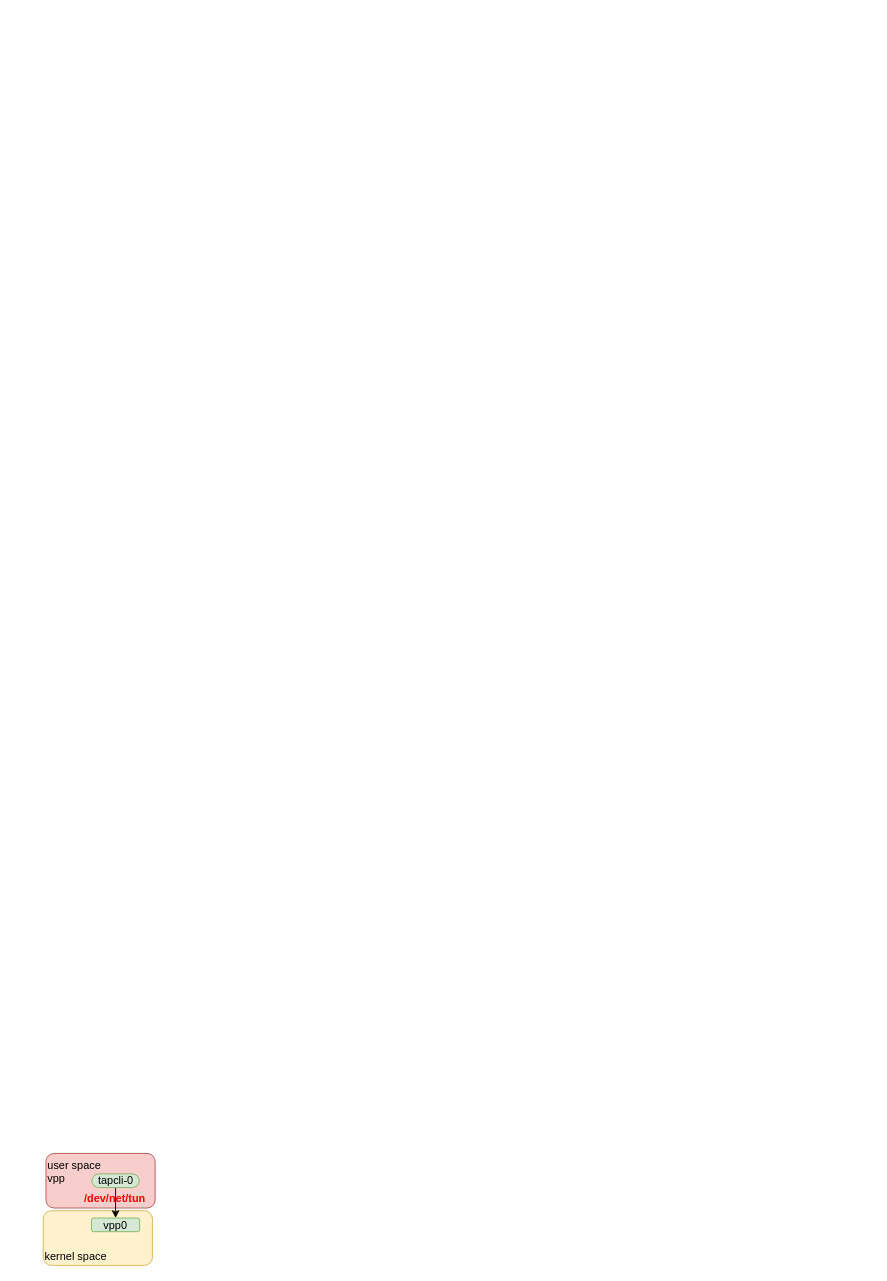
Before: new_map/vpp tap.drawio in jin13417/dpdk-vpp-learning, a draw.io diagram. Source tidied: cells renumbered, new cells numbered last; positions are measured from the earlier drawing's top-left corner, leaving out a move shared by most shapes. Both pictures are drawn from the tidied source at 91%, with x=0, y=0 at pixel (43, 1153).
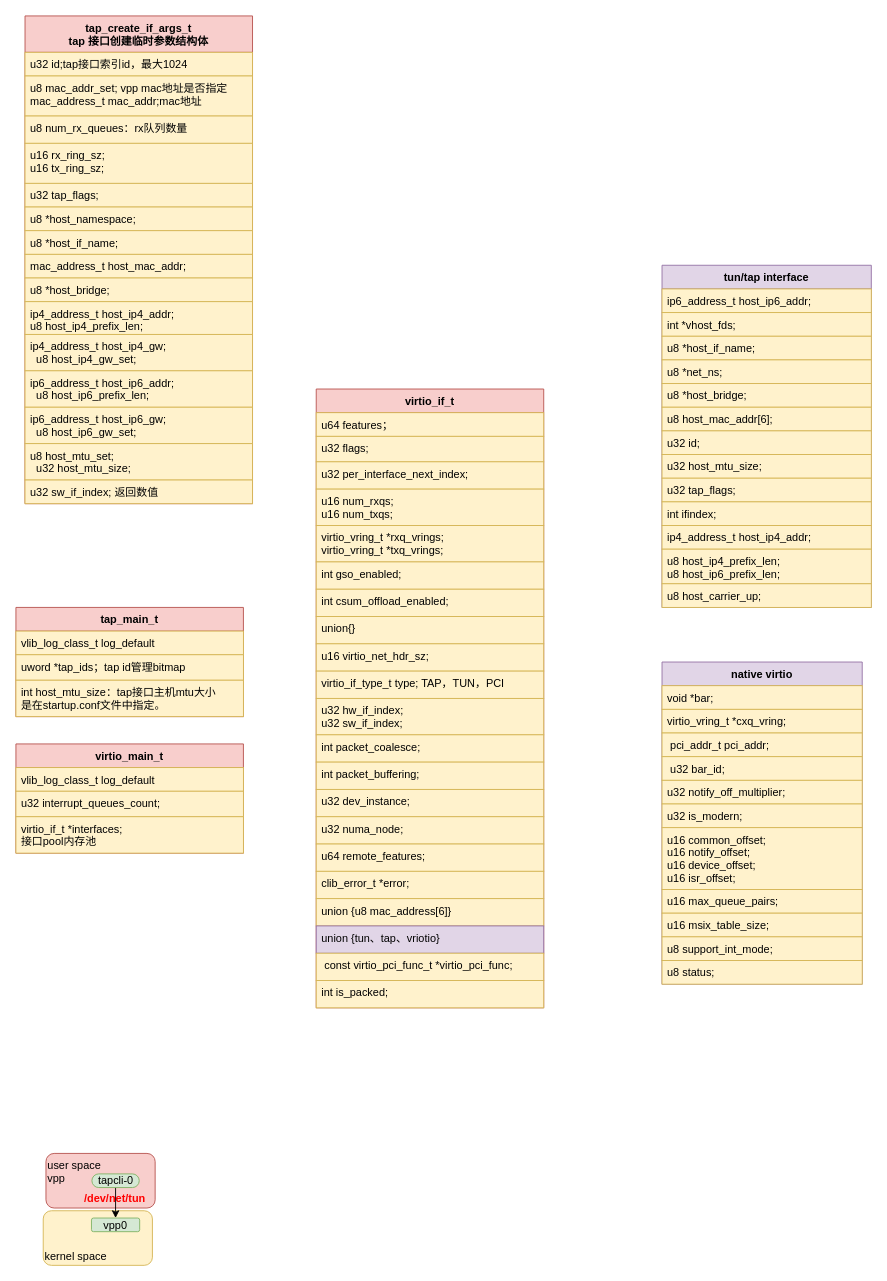
The same diagram, later.

What changed in the source:
```diff
@@
+    <mxCell id="8" value="tap_create_if_args_t&#10;tap 接口创建临时参数结构体" style="swimlane;fontStyle=1;align=center;verticalAlign=top;horizontal=1;startSize=40;fillColor=#f8cecc;strokeColor=#b85450;" parent="1" vertex="1">
+      <mxGeometry x="-20" y="-1250" width="250" height="536" as="geometry" />
+    </mxCell>
+    <mxCell id="9" value="u32 id;tap接口索引id，最大1024" style="text;strokeColor=#d6b656;fillColor=#fff2cc;align=left;verticalAlign=top;spacingLeft=4;spacingRight=4;overflow=hidden;" parent="8" vertex="1">
+      <mxGeometry y="40" width="250" height="26" as="geometry" />
+    </mxCell>
+    <mxCell id="10" value="u8 mac_addr_set; vpp mac地址是否指定&#10;mac_address_t mac_addr;mac地址" style="text;strokeColor=#d6b656;fillColor=#fff2cc;align=left;verticalAlign=top;spacingLeft=4;spacingRight=4;overflow=hidden;" parent="8" vertex="1">
+      <mxGeometry y="66" width="250" height="44" as="geometry" />
+    </mxCell>
+    <mxCell id="11" value="u8 num_rx_queues：rx队列数量" style="text;strokeColor=#d6b656;fillColor=#fff2cc;align=left;verticalAlign=top;spacingLeft=4;spacingRight=4;overflow=hidden;" parent="8" vertex="1">
+      <mxGeometry y="110" width="250" height="30" as="geometry" />
+    </mxCell>
+    <mxCell id="12" value="u16 rx_ring_sz;&#10;u16 tx_ring_sz;" style="text;strokeColor=#d6b656;fillColor=#fff2cc;align=left;verticalAlign=top;spacingLeft=4;spacingRight=4;overflow=hidden;" parent="8" vertex="1">
+      <mxGeometry y="140" width="250" height="44" as="geometry" />
+    </mxCell>
+    <mxCell id="13" value="u32 tap_flags;" style="text;strokeColor=#d6b656;fillColor=#fff2cc;align=left;verticalAlign=top;spacingLeft=4;spacingRight=4;overflow=hidden;" parent="8" vertex="1">
+      <mxGeometry y="184" width="250" height="26" as="geometry" />
+    </mxCell>
+    <mxCell id="14" value="u8 *host_namespace;" style="text;strokeColor=#d6b656;fillColor=#fff2cc;align=left;verticalAlign=top;spacingLeft=4;spacingRight=4;overflow=hidden;" parent="8" vertex="1">
+      <mxGeometry y="210" width="250" height="26" as="geometry" />
+    </mxCell>
+    <mxCell id="15" value="u8 *host_if_name;" style="text;strokeColor=#d6b656;fillColor=#fff2cc;align=left;verticalAlign=top;spacingLeft=4;spacingRight=4;overflow=hidden;" parent="8" vertex="1">
+      <mxGeometry y="236" width="250" height="26" as="geometry" />
+    </mxCell>
+    <mxCell id="16" value="mac_address_t host_mac_addr;" style="text;strokeColor=#d6b656;fillColor=#fff2cc;align=left;verticalAlign=top;spacingLeft=4;spacingRight=4;overflow=hidden;" parent="8" vertex="1">
+      <mxGeometry y="262" width="250" height="26" as="geometry" />
+    </mxCell>
+    <mxCell id="17" value="u8 *host_bridge;" style="text;strokeColor=#d6b656;fillColor=#fff2cc;align=left;verticalAlign=top;spacingLeft=4;spacingRight=4;overflow=hidden;" parent="8" vertex="1">
+      <mxGeometry y="288" width="250" height="26" as="geometry" />
+    </mxCell>
+    <mxCell id="18" value="ip4_address_t host_ip4_addr;&#10;u8 host_ip4_prefix_len;" style="text;strokeColor=#d6b656;fillColor=#fff2cc;align=left;verticalAlign=top;spacingLeft=4;spacingRight=4;overflow=hidden;" parent="8" vertex="1">
+      <mxGeometry y="314" width="250" height="36" as="geometry" />
+    </mxCell>
+    <mxCell id="19" value="ip4_address_t host_ip4_gw;&#10;  u8 host_ip4_gw_set;" style="text;strokeColor=#d6b656;fillColor=#fff2cc;align=left;verticalAlign=top;spacingLeft=4;spacingRight=4;overflow=hidden;" parent="8" vertex="1">
+      <mxGeometry y="350" width="250" height="40" as="geometry" />
+    </mxCell>
+    <mxCell id="20" value="ip6_address_t host_ip6_addr;&#10;  u8 host_ip6_prefix_len;" style="text;strokeColor=#d6b656;fillColor=#fff2cc;align=left;verticalAlign=top;spacingLeft=4;spacingRight=4;overflow=hidden;" parent="8" vertex="1">
+      <mxGeometry y="390" width="250" height="40" as="geometry" />
+    </mxCell>
+    <mxCell id="21" value="ip6_address_t host_ip6_gw;&#10;  u8 host_ip6_gw_set;" style="text;strokeColor=#d6b656;fillColor=#fff2cc;align=left;verticalAlign=top;spacingLeft=4;spacingRight=4;overflow=hidden;" parent="8" vertex="1">
+      <mxGeometry y="430" width="250" height="40" as="geometry" />
+    </mxCell>
+    <mxCell id="22" value="u8 host_mtu_set;&#10;  u32 host_mtu_size;" style="text;strokeColor=#d6b656;fillColor=#fff2cc;align=left;verticalAlign=top;spacingLeft=4;spacingRight=4;overflow=hidden;" parent="8" vertex="1">
+      <mxGeometry y="470" width="250" height="40" as="geometry" />
+    </mxCell>
+    <mxCell id="23" value="u32 sw_if_index; 返回数值" style="text;strokeColor=#d6b656;fillColor=#fff2cc;align=left;verticalAlign=top;spacingLeft=4;spacingRight=4;overflow=hidden;" parent="8" vertex="1">
+      <mxGeometry y="510" width="250" height="26" as="geometry" />
+    </mxCell>
+    <mxCell id="24" value="tap_main_t" style="swimlane;fontStyle=1;align=center;verticalAlign=top;horizontal=1;startSize=26;fillColor=#f8cecc;strokeColor=#b85450;" parent="1" vertex="1">
+      <mxGeometry x="-30" y="-600" width="250" height="120" as="geometry" />
+    </mxCell>
+    <mxCell id="25" value="vlib_log_class_t log_default" style="text;strokeColor=#d6b656;fillColor=#fff2cc;align=left;verticalAlign=top;spacingLeft=4;spacingRight=4;overflow=hidden;" parent="24" vertex="1">
+      <mxGeometry y="26" width="250" height="26" as="geometry" />
+    </mxCell>
+    <mxCell id="26" value="uword *tap_ids；tap id管理bitmap" style="text;strokeColor=#d6b656;fillColor=#fff2cc;align=left;verticalAlign=top;spacingLeft=4;spacingRight=4;overflow=hidden;" parent="24" vertex="1">
+      <mxGeometry y="52" width="250" height="28" as="geometry" />
+    </mxCell>
+    <mxCell id="27" value="int host_mtu_size：tap接口主机mtu大小&#10;是在startup.conf文件中指定。" style="text;strokeColor=#d6b656;fillColor=#fff2cc;align=left;verticalAlign=top;spacingLeft=4;spacingRight=4;overflow=hidden;" parent="24" vertex="1">
+      <mxGeometry y="80" width="250" height="40" as="geometry" />
+    </mxCell>
+    <mxCell id="28" value="virtio_main_t" style="swimlane;fontStyle=1;align=center;verticalAlign=top;horizontal=1;startSize=26;fillColor=#f8cecc;strokeColor=#b85450;" parent="1" vertex="1">
+      <mxGeometry x="-30" y="-450" width="250" height="120" as="geometry" />
+    </mxCell>
+    <mxCell id="29" value="vlib_log_class_t log_default" style="text;strokeColor=#d6b656;fillColor=#fff2cc;align=left;verticalAlign=top;spacingLeft=4;spacingRight=4;overflow=hidden;" parent="28" vertex="1">
+      <mxGeometry y="26" width="250" height="26" as="geometry" />
+    </mxCell>
+    <mxCell id="30" value="u32 interrupt_queues_count;" style="text;strokeColor=#d6b656;fillColor=#fff2cc;align=left;verticalAlign=top;spacingLeft=4;spacingRight=4;overflow=hidden;" parent="28" vertex="1">
+      <mxGeometry y="52" width="250" height="28" as="geometry" />
+    </mxCell>
+    <mxCell id="31" value="virtio_if_t *interfaces;&#10;接口pool内存池" style="text;strokeColor=#d6b656;fillColor=#fff2cc;align=left;verticalAlign=top;spacingLeft=4;spacingRight=4;overflow=hidden;" parent="28" vertex="1">
+      <mxGeometry y="80" width="250" height="40" as="geometry" />
+    </mxCell>
+    <mxCell id="32" value="virtio_if_t" style="swimlane;fontStyle=1;align=center;verticalAlign=top;horizontal=1;startSize=26;fillColor=#f8cecc;strokeColor=#b85450;" parent="1" vertex="1">
+      <mxGeometry x="300" y="-840" width="250" height="680" as="geometry" />
+    </mxCell>
+    <mxCell id="33" value="u64 features；" style="text;strokeColor=#d6b656;fillColor=#fff2cc;align=left;verticalAlign=top;spacingLeft=4;spacingRight=4;overflow=hidden;" parent="32" vertex="1">
+      <mxGeometry y="26" width="250" height="26" as="geometry" />
+    </mxCell>
+    <mxCell id="34" value="u32 flags;" style="text;strokeColor=#d6b656;fillColor=#fff2cc;align=left;verticalAlign=top;spacingLeft=4;spacingRight=4;overflow=hidden;" parent="32" vertex="1">
+      <mxGeometry y="52" width="250" height="28" as="geometry" />
+    </mxCell>
+    <mxCell id="35" value="u32 per_interface_next_index;" style="text;strokeColor=#d6b656;fillColor=#fff2cc;align=left;verticalAlign=top;spacingLeft=4;spacingRight=4;overflow=hidden;" parent="32" vertex="1">
+      <mxGeometry y="80" width="250" height="30" as="geometry" />
+    </mxCell>
+    <mxCell id="36" value="u16 num_rxqs;&#10;u16 num_txqs;" style="text;strokeColor=#d6b656;fillColor=#fff2cc;align=left;verticalAlign=top;spacingLeft=4;spacingRight=4;overflow=hidden;" parent="32" vertex="1">
+      <mxGeometry y="110" width="250" height="40" as="geometry" />
+    </mxCell>
+    <mxCell id="37" value="virtio_vring_t *rxq_vrings;&#10;virtio_vring_t *txq_vrings;" style="text;strokeColor=#d6b656;fillColor=#fff2cc;align=left;verticalAlign=top;spacingLeft=4;spacingRight=4;overflow=hidden;" parent="32" vertex="1">
+      <mxGeometry y="150" width="250" height="40" as="geometry" />
+    </mxCell>
+    <mxCell id="38" value="int gso_enabled;" style="text;strokeColor=#d6b656;fillColor=#fff2cc;align=left;verticalAlign=top;spacingLeft=4;spacingRight=4;overflow=hidden;" parent="32" vertex="1">
+      <mxGeometry y="190" width="250" height="30" as="geometry" />
+    </mxCell>
+    <mxCell id="39" value="int csum_offload_enabled;" style="text;strokeColor=#d6b656;fillColor=#fff2cc;align=left;verticalAlign=top;spacingLeft=4;spacingRight=4;overflow=hidden;" parent="32" vertex="1">
+      <mxGeometry y="220" width="250" height="30" as="geometry" />
+    </mxCell>
+    <mxCell id="40" value="union{}" style="text;strokeColor=#d6b656;fillColor=#fff2cc;align=left;verticalAlign=top;spacingLeft=4;spacingRight=4;overflow=hidden;" parent="32" vertex="1">
+      <mxGeometry y="250" width="250" height="30" as="geometry" />
+    </mxCell>
+    <mxCell id="41" value="u16 virtio_net_hdr_sz;" style="text;strokeColor=#d6b656;fillColor=#fff2cc;align=left;verticalAlign=top;spacingLeft=4;spacingRight=4;overflow=hidden;" parent="32" vertex="1">
+      <mxGeometry y="280" width="250" height="30" as="geometry" />
+    </mxCell>
+    <mxCell id="42" value="virtio_if_type_t type; TAP，TUN，PCI" style="text;strokeColor=#d6b656;fillColor=#fff2cc;align=left;verticalAlign=top;spacingLeft=4;spacingRight=4;overflow=hidden;" parent="32" vertex="1">
+      <mxGeometry y="310" width="250" height="30" as="geometry" />
+    </mxCell>
+    <mxCell id="43" value="u32 hw_if_index;&#10;u32 sw_if_index;" style="text;strokeColor=#d6b656;fillColor=#fff2cc;align=left;verticalAlign=top;spacingLeft=4;spacingRight=4;overflow=hidden;" parent="32" vertex="1">
+      <mxGeometry y="340" width="250" height="40" as="geometry" />
+    </mxCell>
+    <mxCell id="44" value="int packet_coalesce;" style="text;strokeColor=#d6b656;fillColor=#fff2cc;align=left;verticalAlign=top;spacingLeft=4;spacingRight=4;overflow=hidden;" parent="32" vertex="1">
+      <mxGeometry y="380" width="250" height="30" as="geometry" />
+    </mxCell>
+    <mxCell id="45" value="int packet_buffering;" style="text;strokeColor=#d6b656;fillColor=#fff2cc;align=left;verticalAlign=top;spacingLeft=4;spacingRight=4;overflow=hidden;" parent="32" vertex="1">
+      <mxGeometry y="410" width="250" height="30" as="geometry" />
+    </mxCell>
+    <mxCell id="46" value="u32 dev_instance;" style="text;strokeColor=#d6b656;fillColor=#fff2cc;align=left;verticalAlign=top;spacingLeft=4;spacingRight=4;overflow=hidden;" parent="32" vertex="1">
+      <mxGeometry y="440" width="250" height="30" as="geometry" />
+    </mxCell>
+    <mxCell id="47" value="u32 numa_node;" style="text;strokeColor=#d6b656;fillColor=#fff2cc;align=left;verticalAlign=top;spacingLeft=4;spacingRight=4;overflow=hidden;" parent="32" vertex="1">
+      <mxGeometry y="470" width="250" height="30" as="geometry" />
+    </mxCell>
+    <mxCell id="48" value="u64 remote_features;" style="text;strokeColor=#d6b656;fillColor=#fff2cc;align=left;verticalAlign=top;spacingLeft=4;spacingRight=4;overflow=hidden;" parent="32" vertex="1">
+      <mxGeometry y="500" width="250" height="30" as="geometry" />
+    </mxCell>
+    <mxCell id="49" value="clib_error_t *error;" style="text;strokeColor=#d6b656;fillColor=#fff2cc;align=left;verticalAlign=top;spacingLeft=4;spacingRight=4;overflow=hidden;" parent="32" vertex="1">
+      <mxGeometry y="530" width="250" height="30" as="geometry" />
+    </mxCell>
+    <mxCell id="50" value="union {u8 mac_address[6]}" style="text;strokeColor=#d6b656;fillColor=#fff2cc;align=left;verticalAlign=top;spacingLeft=4;spacingRight=4;overflow=hidden;" parent="32" vertex="1">
+      <mxGeometry y="560" width="250" height="30" as="geometry" />
+    </mxCell>
+    <mxCell id="51" value="union {tun、tap、vriotio}" style="text;strokeColor=#9673a6;fillColor=#e1d5e7;align=left;verticalAlign=top;spacingLeft=4;spacingRight=4;overflow=hidden;" parent="32" vertex="1">
+      <mxGeometry y="590" width="250" height="30" as="geometry" />
+    </mxCell>
+    <mxCell id="52" value=" const virtio_pci_func_t *virtio_pci_func;" style="text;strokeColor=#d6b656;fillColor=#fff2cc;align=left;verticalAlign=top;spacingLeft=4;spacingRight=4;overflow=hidden;" parent="32" vertex="1">
+      <mxGeometry y="620" width="250" height="30" as="geometry" />
+    </mxCell>
+    <mxCell id="53" value="int is_packed;" style="text;strokeColor=#d6b656;fillColor=#fff2cc;align=left;verticalAlign=top;spacingLeft=4;spacingRight=4;overflow=hidden;" parent="32" vertex="1">
+      <mxGeometry y="650" width="250" height="30" as="geometry" />
+    </mxCell>
+    <mxCell id="54" value="tun/tap interface" style="swimlane;fontStyle=1;align=center;verticalAlign=top;horizontal=1;startSize=26;fillColor=#e1d5e7;strokeColor=#9673a6;" parent="1" vertex="1">
+      <mxGeometry x="680" y="-976" width="230" height="376" as="geometry" />
+    </mxCell>
+    <mxCell id="55" value="ip6_address_t host_ip6_addr;" style="text;strokeColor=#d6b656;fillColor=#fff2cc;align=left;verticalAlign=top;spacingLeft=4;spacingRight=4;overflow=hidden;" parent="54" vertex="1">
+      <mxGeometry y="26" width="230" height="26" as="geometry" />
+    </mxCell>
+    <mxCell id="56" value="int *vhost_fds;" style="text;strokeColor=#d6b656;fillColor=#fff2cc;align=left;verticalAlign=top;spacingLeft=4;spacingRight=4;overflow=hidden;" parent="54" vertex="1">
+      <mxGeometry y="52" width="230" height="26" as="geometry" />
+    </mxCell>
+    <mxCell id="57" value="u8 *host_if_name;" style="text;strokeColor=#d6b656;fillColor=#fff2cc;align=left;verticalAlign=top;spacingLeft=4;spacingRight=4;overflow=hidden;" parent="54" vertex="1">
+      <mxGeometry y="78" width="230" height="26" as="geometry" />
+    </mxCell>
+    <mxCell id="58" value="u8 *net_ns;" style="text;strokeColor=#d6b656;fillColor=#fff2cc;align=left;verticalAlign=top;spacingLeft=4;spacingRight=4;overflow=hidden;" parent="54" vertex="1">
+      <mxGeometry y="104" width="230" height="26" as="geometry" />
+    </mxCell>
+    <mxCell id="59" value="u8 *host_bridge;" style="text;strokeColor=#d6b656;fillColor=#fff2cc;align=left;verticalAlign=top;spacingLeft=4;spacingRight=4;overflow=hidden;" parent="54" vertex="1">
+      <mxGeometry y="130" width="230" height="26" as="geometry" />
+    </mxCell>
+    <mxCell id="60" value="u8 host_mac_addr[6];" style="text;strokeColor=#d6b656;fillColor=#fff2cc;align=left;verticalAlign=top;spacingLeft=4;spacingRight=4;overflow=hidden;" parent="54" vertex="1">
+      <mxGeometry y="156" width="230" height="26" as="geometry" />
+    </mxCell>
+    <mxCell id="61" value="u32 id;" style="text;strokeColor=#d6b656;fillColor=#fff2cc;align=left;verticalAlign=top;spacingLeft=4;spacingRight=4;overflow=hidden;" parent="54" vertex="1">
+      <mxGeometry y="182" width="230" height="26" as="geometry" />
+    </mxCell>
+    <mxCell id="62" value="u32 host_mtu_size;" style="text;strokeColor=#d6b656;fillColor=#fff2cc;align=left;verticalAlign=top;spacingLeft=4;spacingRight=4;overflow=hidden;" parent="54" vertex="1">
+      <mxGeometry y="208" width="230" height="26" as="geometry" />
+    </mxCell>
+    <mxCell id="63" value="u32 tap_flags;" style="text;strokeColor=#d6b656;fillColor=#fff2cc;align=left;verticalAlign=top;spacingLeft=4;spacingRight=4;overflow=hidden;" parent="54" vertex="1">
+      <mxGeometry y="234" width="230" height="26" as="geometry" />
+    </mxCell>
+    <mxCell id="64" value="int ifindex;" style="text;strokeColor=#d6b656;fillColor=#fff2cc;align=left;verticalAlign=top;spacingLeft=4;spacingRight=4;overflow=hidden;" parent="54" vertex="1">
+      <mxGeometry y="260" width="230" height="26" as="geometry" />
+    </mxCell>
+    <mxCell id="65" value="ip4_address_t host_ip4_addr;" style="text;strokeColor=#d6b656;fillColor=#fff2cc;align=left;verticalAlign=top;spacingLeft=4;spacingRight=4;overflow=hidden;" parent="54" vertex="1">
+      <mxGeometry y="286" width="230" height="26" as="geometry" />
+    </mxCell>
+    <mxCell id="66" value="u8 host_ip4_prefix_len;&#10;u8 host_ip6_prefix_len;" style="text;strokeColor=#d6b656;fillColor=#fff2cc;align=left;verticalAlign=top;spacingLeft=4;spacingRight=4;overflow=hidden;" parent="54" vertex="1">
+      <mxGeometry y="312" width="230" height="38" as="geometry" />
+    </mxCell>
+    <mxCell id="67" value="u8 host_carrier_up;" style="text;strokeColor=#d6b656;fillColor=#fff2cc;align=left;verticalAlign=top;spacingLeft=4;spacingRight=4;overflow=hidden;" parent="54" vertex="1">
+      <mxGeometry y="350" width="230" height="26" as="geometry" />
+    </mxCell>
+    <mxCell id="68" value="native virtio" style="swimlane;fontStyle=1;align=center;verticalAlign=top;horizontal=1;startSize=26;fillColor=#e1d5e7;strokeColor=#9673a6;" parent="1" vertex="1">
+      <mxGeometry x="680" y="-540" width="220" height="354" as="geometry" />
+    </mxCell>
+    <mxCell id="69" value="void *bar;" style="text;strokeColor=#d6b656;fillColor=#fff2cc;align=left;verticalAlign=top;spacingLeft=4;spacingRight=4;overflow=hidden;" parent="68" vertex="1">
+      <mxGeometry y="26" width="220" height="26" as="geometry" />
+    </mxCell>
+    <mxCell id="70" value="virtio_vring_t *cxq_vring;" style="text;strokeColor=#d6b656;fillColor=#fff2cc;align=left;verticalAlign=top;spacingLeft=4;spacingRight=4;overflow=hidden;" parent="68" vertex="1">
+      <mxGeometry y="52" width="220" height="26" as="geometry" />
+    </mxCell>
+    <mxCell id="71" value=" pci_addr_t pci_addr;" style="text;strokeColor=#d6b656;fillColor=#fff2cc;align=left;verticalAlign=top;spacingLeft=4;spacingRight=4;overflow=hidden;" parent="68" vertex="1">
+      <mxGeometry y="78" width="220" height="26" as="geometry" />
+    </mxCell>
+    <mxCell id="72" value=" u32 bar_id;" style="text;strokeColor=#d6b656;fillColor=#fff2cc;align=left;verticalAlign=top;spacingLeft=4;spacingRight=4;overflow=hidden;" parent="68" vertex="1">
+      <mxGeometry y="104" width="220" height="26" as="geometry" />
+    </mxCell>
+    <mxCell id="73" value="u32 notify_off_multiplier;" style="text;strokeColor=#d6b656;fillColor=#fff2cc;align=left;verticalAlign=top;spacingLeft=4;spacingRight=4;overflow=hidden;" parent="68" vertex="1">
+      <mxGeometry y="130" width="220" height="26" as="geometry" />
+    </mxCell>
+    <mxCell id="74" value="u32 is_modern;" style="text;strokeColor=#d6b656;fillColor=#fff2cc;align=left;verticalAlign=top;spacingLeft=4;spacingRight=4;overflow=hidden;" parent="68" vertex="1">
+      <mxGeometry y="156" width="220" height="26" as="geometry" />
+    </mxCell>
+    <mxCell id="75" value="u16 common_offset;&#10;u16 notify_offset;&#10;u16 device_offset;&#10;u16 isr_offset;" style="text;strokeColor=#d6b656;fillColor=#fff2cc;align=left;verticalAlign=top;spacingLeft=4;spacingRight=4;overflow=hidden;" parent="68" vertex="1">
+      <mxGeometry y="182" width="220" height="68" as="geometry" />
+    </mxCell>
+    <mxCell id="76" value="u16 max_queue_pairs;" style="text;strokeColor=#d6b656;fillColor=#fff2cc;align=left;verticalAlign=top;spacingLeft=4;spacingRight=4;overflow=hidden;" parent="68" vertex="1">
+      <mxGeometry y="250" width="220" height="26" as="geometry" />
+    </mxCell>
+    <mxCell id="77" value="u16 msix_table_size;" style="text;strokeColor=#d6b656;fillColor=#fff2cc;align=left;verticalAlign=top;spacingLeft=4;spacingRight=4;overflow=hidden;" parent="68" vertex="1">
+      <mxGeometry y="276" width="220" height="26" as="geometry" />
+    </mxCell>
+    <mxCell id="78" value="u8 support_int_mode;" style="text;strokeColor=#d6b656;fillColor=#fff2cc;align=left;verticalAlign=top;spacingLeft=4;spacingRight=4;overflow=hidden;" parent="68" vertex="1">
+      <mxGeometry y="302" width="220" height="26" as="geometry" />
+    </mxCell>
+    <mxCell id="79" value="u8 status;" style="text;strokeColor=#d6b656;fillColor=#fff2cc;align=left;verticalAlign=top;spacingLeft=4;spacingRight=4;overflow=hidden;" parent="68" vertex="1">
+      <mxGeometry y="328" width="220" height="26" as="geometry" />
+    </mxCell>
```
